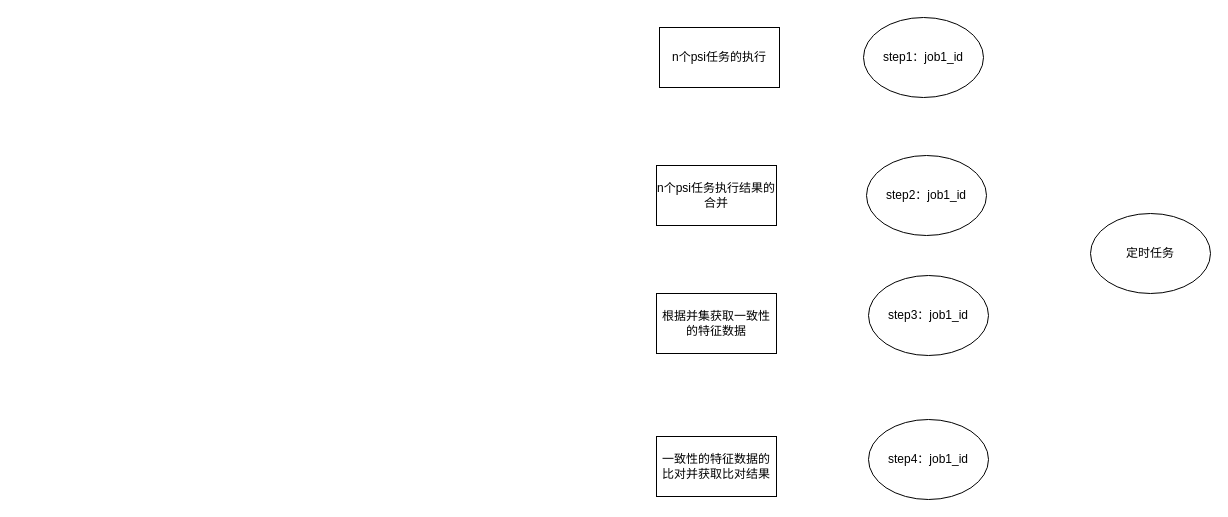
The draw.io diagram PsiValidate/管信psiValidate项目.drawio in ljf0705/FlowPictureWithMorePoject, before the edit. Source tidied: cells renumbered, new cells numbered last; positions are measured from the earlier drawing's top-left corner, leaving out a move shared by most shapes. Both pictures are drawn from the tidied source at 100%, with x=0, y=0 at pixel (656, 17).
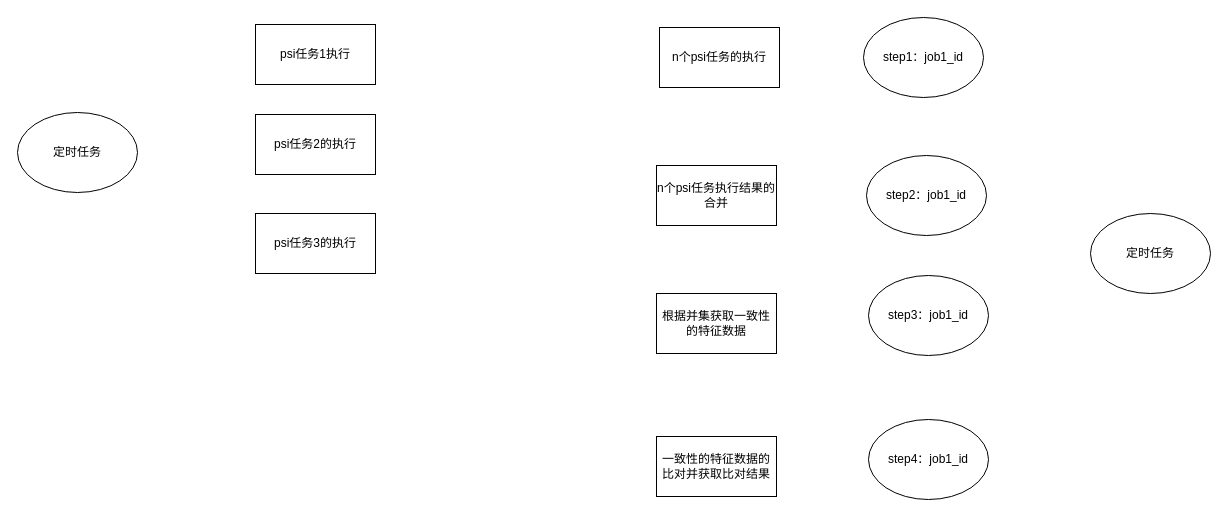
The same diagram, later.

Commit message (it also covers changes not shown here):
更新管信psiValidate项目.drawio

Diff of the diagram source:
```diff
@@
 <mxGraphModel>
   <root>
     <mxCell id="0" />
     <mxCell id="1" parent="0" />
     <mxCell id="2" value="n个psi任务的执行" style="rounded=0;whiteSpace=wrap;html=1;" parent="1" vertex="1">
       <mxGeometry x="3" y="10" width="120" height="60" as="geometry" />
     </mxCell>
     <mxCell id="3" value="n个psi任务执行结果的合并" style="rounded=0;whiteSpace=wrap;html=1;" parent="1" vertex="1">
       <mxGeometry y="148" width="120" height="60" as="geometry" />
     </mxCell>
     <mxCell id="4" value="根据并集获取一致性的特征数据" style="rounded=0;whiteSpace=wrap;html=1;" parent="1" vertex="1">
       <mxGeometry y="276" width="120" height="60" as="geometry" />
     </mxCell>
     <mxCell id="5" value="一致性的特征数据的比对并获取比对结果" style="rounded=0;whiteSpace=wrap;html=1;" parent="1" vertex="1">
       <mxGeometry y="419" width="120" height="60" as="geometry" />
     </mxCell>
     <mxCell id="6" value="step1：job1_id" style="ellipse;whiteSpace=wrap;html=1;" parent="1" vertex="1">
       <mxGeometry x="207" width="120" height="80" as="geometry" />
     </mxCell>
     <mxCell id="7" value="step2：job1_id" style="ellipse;whiteSpace=wrap;html=1;" parent="1" vertex="1">
       <mxGeometry x="210" y="138" width="120" height="80" as="geometry" />
     </mxCell>
     <mxCell id="8" value="step3：job1_id" style="ellipse;whiteSpace=wrap;html=1;" parent="1" vertex="1">
       <mxGeometry x="212" y="258" width="120" height="80" as="geometry" />
     </mxCell>
     <mxCell id="9" value="step4：job1_id" style="ellipse;whiteSpace=wrap;html=1;" parent="1" vertex="1">
       <mxGeometry x="212" y="402" width="120" height="80" as="geometry" />
     </mxCell>
     <mxCell id="10" value="定时任务" style="ellipse;whiteSpace=wrap;html=1;" parent="1" vertex="1">
       <mxGeometry x="434" y="196" width="120" height="80" as="geometry" />
     </mxCell>
+    <mxCell id="11" value="psi任务1执行" style="rounded=0;whiteSpace=wrap;html=1;" parent="1" vertex="1">
+      <mxGeometry x="-401" y="7" width="120" height="60" as="geometry" />
+    </mxCell>
+    <mxCell id="12" value="psi任务2的执行" style="rounded=0;whiteSpace=wrap;html=1;" parent="1" vertex="1">
+      <mxGeometry x="-401" y="97" width="120" height="60" as="geometry" />
+    </mxCell>
+    <mxCell id="13" value="定时任务" style="ellipse;whiteSpace=wrap;html=1;" parent="1" vertex="1">
+      <mxGeometry x="-639" y="95" width="120" height="80" as="geometry" />
+    </mxCell>
+    <mxCell id="14" value="psi任务3的执行" style="rounded=0;whiteSpace=wrap;html=1;" parent="1" vertex="1">
+      <mxGeometry x="-401" y="196" width="120" height="60" as="geometry" />
+    </mxCell>
   </root>
 </mxGraphModel>
```
